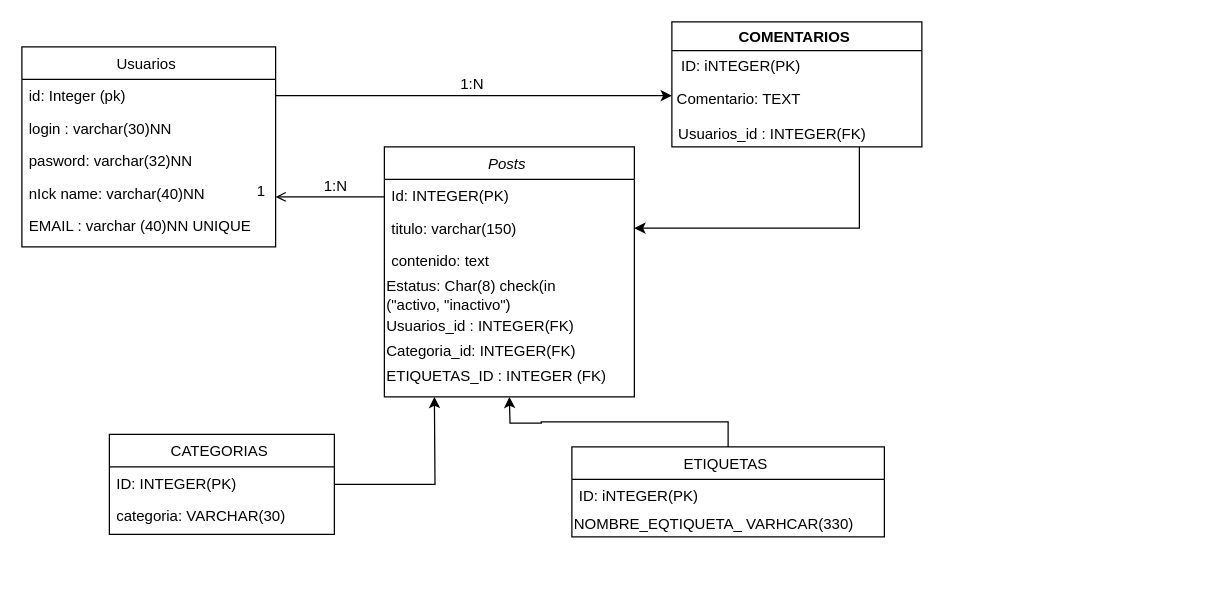
Before: Untitled Diagram.drawio in yeyess1/retouno.2.0, a draw.io diagram. Source tidied: cells renumbered, new cells numbered last; positions are measured from the earlier drawing's top-left corner, leaving out a move shared by most shapes. Both pictures are drawn from the tidied source at 125%, with x=0, y=0 at pixel (21, 21).
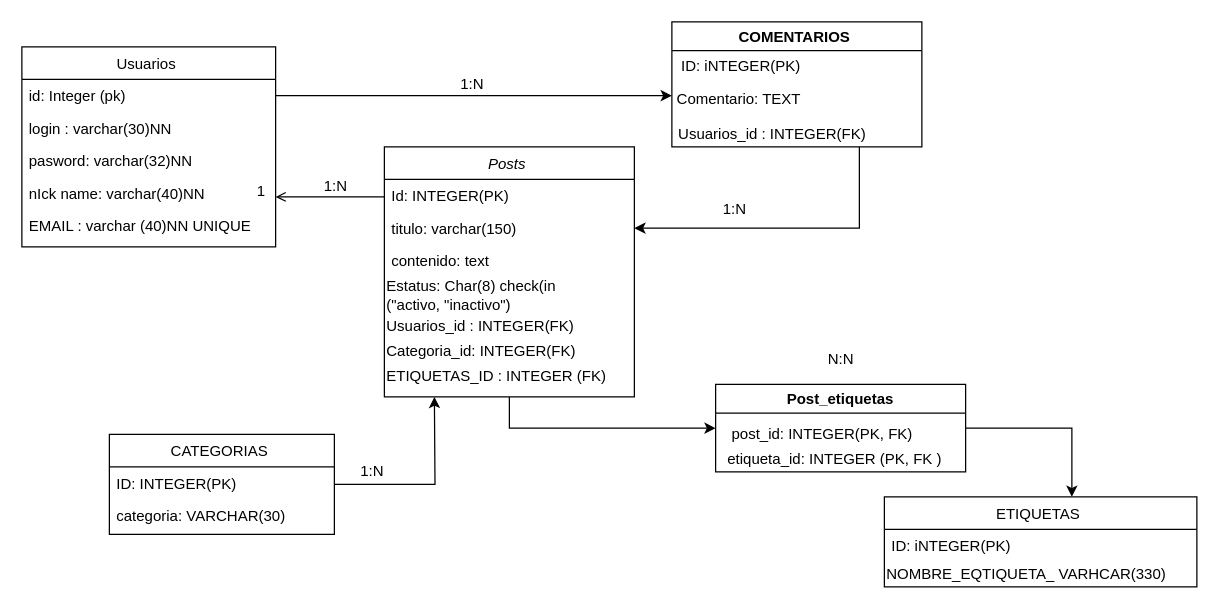
After the change.

The change refers to these unchanged cells:
```xml
<mxCell id="2" value="Posts " style="swimlane;fontStyle=2;align=center;verticalAlign=top;horizontal=1;startSize=26;rounded=0;shadow=0;strokeWidth=1;" parent="1" vertex="1">
  <mxGeometry x="290" y="100" width="200" height="200" as="geometry" />
</mxCell>
```

Diff of the diagram source:
```diff
@@
+    <mxCell id="34" style="edgeStyle=orthogonalEdgeStyle;rounded=0;jettySize=auto;html=1;exitX=0.5;exitY=1;exitDx=0;exitDy=0;entryX=0;entryY=0.5;entryDx=0;entryDy=0;" parent="1" edge="1" source="2" target="39">
+      <mxGeometry relative="1" as="geometry" />
+    </mxCell>
@@
-    <mxCell id="14" style="edgeStyle=orthogonalEdgeStyle;rounded=0;jettySize=auto;html=1;exitX=0.5;exitY=0;exitDx=0;exitDy=0;" parent="1" edge="1" source="15">
-      <mxGeometry relative="1" as="geometry">
-        <mxPoint x="390" y="300" as="targetPoint" />
-      </mxGeometry>
-    </mxCell>
     <mxCell id="15" value="ETIQUETAS " style="swimlane;fontStyle=0;align=center;verticalAlign=top;horizontal=1;startSize=26;rounded=0;shadow=0;strokeWidth=1;" parent="1" vertex="1">
-      <mxGeometry x="440" y="340" width="250" height="72" as="geometry" />
+      <mxGeometry x="690" y="380" width="250" height="72" as="geometry" />
     </mxCell>
@@
+    <mxCell id="35" value="1:N" style="text;html=1;align=center;verticalAlign=middle;strokeColor=none;fillColor=none;" parent="1" vertex="1">
+      <mxGeometry x="555" y="140" width="30" height="20" as="geometry" />
+    </mxCell>
+    <mxCell id="36" value="N:N" style="text;html=1;align=center;verticalAlign=middle;strokeColor=none;fillColor=none;" parent="1" vertex="1">
+      <mxGeometry x="635" y="260" width="40" height="20" as="geometry" />
+    </mxCell>
+    <mxCell id="37" value="1:N" style="text;html=1;align=center;verticalAlign=middle;strokeColor=none;fillColor=none;" parent="1" vertex="1">
+      <mxGeometry x="265" y="350" width="30" height="20" as="geometry" />
+    </mxCell>
+    <mxCell id="38" style="edgeStyle=orthogonalEdgeStyle;rounded=0;jettySize=auto;html=1;exitX=1;exitY=0.5;exitDx=0;exitDy=0;entryX=0.6;entryY=0;entryDx=0;entryDy=0;entryPerimeter=0;" parent="1" edge="1" source="39" target="15">
+      <mxGeometry relative="1" as="geometry" />
+    </mxCell>
+    <mxCell id="39" value="Post_etiquetas" style="swimlane;" parent="1" vertex="1">
+      <mxGeometry x="555" y="290" width="200" height="70" as="geometry" />
+    </mxCell>
+    <mxCell id="40" value="post_id: INTEGER(PK, FK)" style="text;html=1;align=center;verticalAlign=middle;strokeColor=none;fillColor=none;" parent="39" vertex="1">
+      <mxGeometry x="5" y="30" width="160" height="20" as="geometry" />
+    </mxCell>
+    <mxCell id="41" value="etiqueta_id: INTEGER (PK, FK )" style="text;html=1;align=center;verticalAlign=middle;strokeColor=none;fillColor=none;" parent="39" vertex="1">
+      <mxGeometry y="50" width="190" height="20" as="geometry" />
+    </mxCell>
```
